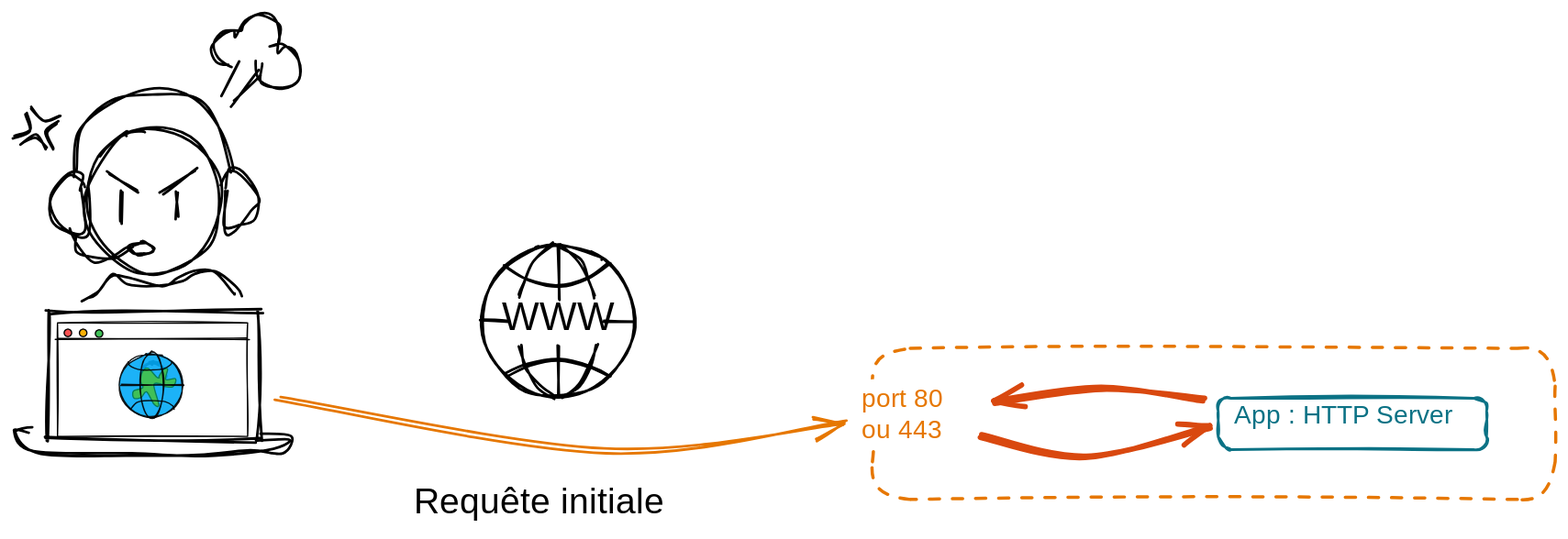
Before: notebooks/media/cookie1.excalidraw.svg, a diagram exported from Excalidraw (ue22-p25/backend). Source tidied: one line per element, renumbered; positions are measured from the earlier drawing's top-left corner, leaving out a move shared by most shapes. The source it was exported from:
```json
{"id": 0, "type": "rectangle", "strokeColor": "#0b7285", "strokeWidth": 2, "roughness": 2, "round": true, "x": 939, "y": 298, "width": 209, "height": 40}
{"id": 1, "type": "text", "text": "App : HTTP Server", "strokeColor": "#0b7285", "strokeWidth": 2, "roughness": 2, "fontSize": 20, "fontFamily": 1, "x": 951, "y": 300, "width": 186, "height": 24}
{"id": 2, "type": "ellipse", "strokeColor": "#000", "strokeWidth": 2, "roughness": 2, "round": true, "x": 55, "y": 88, "width": 108, "height": 112}
{"id": 3, "type": "line", "strokeColor": "#000", "strokeWidth": 2, "roughness": 2, "round": true, "x": 55, "y": 136, "width": 25, "height": 44, "points": [[0, 0], [0, -13], [-14, -11], [-25, 5], [-22, 22], [-10, 30], [0, 31], [0, 0]]}
{"id": 4, "type": "line", "strokeColor": "#000", "strokeWidth": 2, "roughness": 2, "round": true, "x": 167, "y": 134, "width": 24, "height": 44, "points": [[0, 0], [0, -13], [14, -11], [24, 5], [22, 22], [10, 30], [0, 31], [0, 0]]}
{"id": 5, "type": "line", "strokeColor": "#000", "strokeWidth": 2, "roughness": 2, "round": true, "x": 47, "y": 123, "width": 122, "height": 64, "points": [[0, 0], [7, -33], [29, -58], [61, -64], [94, -58], [114, -37], [122, -3]]}
{"id": 6, "type": "line", "strokeColor": "#000", "strokeWidth": 2, "roughness": 2, "round": true, "x": 45, "y": 167, "width": 46, "height": 23, "points": [[0, 0], [6, 13], [17, 23], [32, 22], [46, 15]]}
{"id": 7, "type": "ellipse", "strokeColor": "#000", "strokeWidth": 2, "roughness": 2, "round": true, "x": 90, "y": 176, "width": 20, "height": 9}
{"id": 8, "type": "rectangle", "strokeColor": "#000", "strokeWidth": 2, "roughness": 2, "x": 27, "y": 230, "width": 165, "height": 99}
{"id": 9, "type": "ellipse", "strokeColor": "#000", "strokeWidth": 2, "roughness": 2, "x": 102, "y": 270, "width": 16, "height": 16}
{"id": 10, "type": "line", "strokeColor": "#000", "strokeWidth": 2, "roughness": 2, "round": true, "x": 74, "y": 122, "width": 23, "height": 15, "points": [[0, 0], [23, 15]]}
{"id": 11, "type": "line", "strokeColor": "#000", "strokeWidth": 2, "roughness": 2, "round": true, "x": 116, "y": 137, "width": 27, "height": 16, "points": [[0, 0], [27, -16]]}
{"id": 12, "type": "line", "strokeColor": "#000", "strokeWidth": 2, "roughness": 2, "round": true, "x": 1, "y": 94, "width": 12, "height": 18, "points": [[0, 0], [12, -6], [11, -18]]}
{"id": 13, "type": "line", "strokeColor": "#000", "angle": 4.38, "strokeWidth": 2, "roughness": 2, "round": true, "x": 11, "y": 110, "width": 12, "height": 18, "points": [[0, 0], [12, -6], [11, -18]]}
{"id": 14, "type": "line", "strokeColor": "#000", "angle": 2.77, "strokeWidth": 2, "roughness": 2, "round": true, "x": 27, "y": 101, "width": 12, "height": 18, "points": [[0, 0], [12, -6], [11, -18]]}
{"id": 15, "type": "line", "strokeColor": "#000", "angle": 1.31, "strokeWidth": 2, "roughness": 2, "round": true, "x": 20, "y": 84, "width": 12, "height": 18, "points": [[0, 0], [12, -6], [11, -18]]}
{"id": 16, "type": "line", "strokeColor": "#000", "strokeWidth": 2, "roughness": 2, "round": true, "x": 163, "y": 61, "width": 12, "height": 25, "points": [[0, 0], [12, -25]]}
{"id": 17, "type": "line", "strokeColor": "#000", "strokeWidth": 2, "roughness": 2, "round": true, "x": 171, "y": 68, "width": 21, "height": 23, "points": [[0, 0], [21, -23]]}
{"id": 18, "type": "line", "strokeColor": "#000", "strokeWidth": 2, "roughness": 2, "round": true, "x": 169, "y": 38, "width": 64, "height": 56, "points": [[0, 0], [-10, -5], [-12, -18], [-2, -27], [7, -26], [9, -25], [13, -34], [24, -38], [37, -32], [40, -19], [35, -11], [41, -13], [50, -7], [53, 8], [42, 18], [25, 12], [22, -4]]}
{"id": 19, "type": "line", "strokeColor": "#000", "strokeWidth": 2, "roughness": 2, "round": true, "x": 85, "y": 137, "width": 0, "height": 24, "points": [[0, 0], [0, 24]]}
{"id": 20, "type": "line", "strokeColor": "#000", "strokeWidth": 2, "roughness": 2, "round": true, "x": 129, "y": 137, "width": 1, "height": 21, "points": [[0, 0], [-1, 21]]}
{"id": 21, "type": "line", "strokeColor": "#000", "strokeWidth": 2, "roughness": 2, "round": true, "x": 56, "y": 221, "width": 120, "height": 25, "points": [[0, 0], [11, -6], [21, -19], [35, -14], [58, -10], [74, -15], [88, -22], [99, -25], [116, -9], [120, -1]]}
{"id": 22, "type": "line", "strokeColor": "#000", "strokeWidth": 2, "roughness": 2, "round": true, "x": 193, "y": 327, "width": 216, "height": 20, "points": [[0, 0], [23, 2], [19, 13], [-6, 13], [-51, 15], [-101, 14], [-174, 12], [-193, 0], [-180, -5]]}
{"id": 23, "type": "rectangle", "strokeColor": "#000000", "strokeWidth": 1, "roughness": 1, "x": 35, "y": 239, "width": 148, "height": 89}
{"id": 24, "type": "line", "strokeColor": "#000000", "strokeWidth": 1, "roughness": 1, "round": true, "x": 34, "y": 251, "width": 149, "height": 0, "points": [[0, 0], [149, 0]]}
{"id": 25, "type": "ellipse", "strokeColor": "#000000", "backgroundColor": "#fa5252", "fillStyle": "solid", "strokeWidth": 1, "roughness": 0, "x": 40, "y": 244, "width": 6, "height": 6}
{"id": 26, "type": "ellipse", "strokeColor": "#000000", "backgroundColor": "#fab005", "fillStyle": "solid", "strokeWidth": 1, "roughness": 0, "x": 52, "y": 244, "width": 6, "height": 6}
{"id": 27, "type": "ellipse", "strokeColor": "#000000", "backgroundColor": "#40c057", "fillStyle": "solid", "strokeWidth": 1, "roughness": 0, "x": 65, "y": 244, "width": 6, "height": 6}
{"id": 28, "type": "ellipse", "strokeColor": "#000000", "backgroundColor": "#04aaf7", "fillStyle": "solid", "strokeWidth": 1, "roughness": 1, "opacity": 90, "x": 83, "y": 263, "width": 49, "height": 49}
{"id": 29, "type": "line", "strokeColor": "#087f5b", "backgroundColor": "#40c057", "fillStyle": "solid", "strokeWidth": 1, "roughness": 0, "round": true, "x": 115, "y": 282, "width": 33, "height": 28, "points": [[0, 0], [-2, 0], [-9, -7], [-13, -5], [-15, 3], [-13, 8], [-20, 10], [-20, 16], [-14, 15], [-10, 11], [-4, 21], [0, 21], [-4, 6], [2, 5], [4, 7], [11, 7], [13, 1], [5, 1], [6, -7], [3, -6], [0, -1], [0, 0]]}
{"id": 30, "type": "line", "strokeColor": "#000000", "backgroundColor": "#99bcff", "fillStyle": "solid", "strokeWidth": 1, "roughness": 1, "opacity": 90, "round": true, "x": 84, "y": 287, "width": 49, "height": 0, "points": [[0, 0], [49, 0]]}
{"id": 31, "type": "line", "strokeColor": "#000000", "backgroundColor": "#99bcff", "fillStyle": "solid", "strokeWidth": 1, "roughness": 0, "opacity": 90, "round": true, "x": 90, "y": 269, "width": 34, "height": 7, "points": [[0, 0], [1, 3], [5, 5], [10, 6], [18, 6], [27, 5], [33, 2], [34, 0]]}
{"id": 32, "type": "ellipse", "strokeColor": "#000000", "strokeWidth": 1, "roughness": 1, "opacity": 90, "x": 100, "y": 261, "width": 18, "height": 52}
{"id": 33, "type": "line", "strokeColor": "#000000", "backgroundColor": "#99bcff", "fillStyle": "solid", "strokeWidth": 1, "roughness": 0, "opacity": 90, "round": true, "x": 92, "y": 306, "width": 34, "height": 7, "points": [[0, 0], [5, -5], [10, -6], [18, -7], [27, -6], [33, -2], [34, 0]]}
{"id": 34, "type": "arrow", "strokeColor": "#e67700", "strokeWidth": 2, "roughness": 2, "endArrowhead": "arrow", "round": true, "from": 32, "to": 49, "x": 205, "y": 298, "width": 444, "height": 40, "points": [[0, 0], [255, 40], [444, 18]]}
{"id": 35, "type": "rectangle", "strokeColor": "#e67700", "strokeWidth": 2, "strokeStyle": "dashed", "roughness": 2, "round": true, "x": 670, "y": 259, "width": 532, "height": 118}
{"id": 36, "type": "ellipse", "strokeColor": "#000000", "strokeWidth": 2, "roughness": 1, "x": 365, "y": 178, "width": 119, "height": 119}
{"id": 37, "type": "line", "strokeColor": "#000000", "strokeWidth": 2, "roughness": 1, "round": true, "x": 383, "y": 195, "width": 81, "height": 18, "points": [[0, 0], [18, 10], [42, 15], [66, 9], [81, -3]]}
{"id": 38, "type": "line", "strokeColor": "#000000", "strokeWidth": 2, "roughness": 1, "round": true, "x": 384, "y": 279, "width": 81, "height": 14, "points": [[0, 0], [18, -8], [42, -12], [66, -7], [81, 2]]}
{"id": 39, "type": "text", "text": "WWW", "strokeColor": "#000000", "strokeWidth": 2, "roughness": 1, "fontSize": 30.63, "fontFamily": 1, "textAlign": "center", "verticalAlign": "middle", "x": 391, "y": 219, "width": 69, "height": 36}
{"id": 40, "type": "line", "strokeColor": "#000000", "strokeWidth": 2, "roughness": 1, "round": true, "x": 422, "y": 178, "width": 26, "height": 41, "points": [[0, 0], [-16, 12], [-24, 29], [-26, 41]]}
{"id": 41, "type": "line", "strokeColor": "#000000", "strokeWidth": 2, "roughness": 1, "round": true, "x": 395, "y": 257, "width": 28, "height": 40, "points": [[0, 0], [5, 16], [15, 31], [28, 40]]}
{"id": 42, "type": "line", "strokeColor": "#000000", "strokeWidth": 2, "roughness": 1, "round": true, "x": 426, "y": 178, "width": 26, "height": 40, "points": [[0, 0], [16, 12], [24, 29], [26, 40]]}
{"id": 43, "type": "line", "strokeColor": "#000000", "strokeWidth": 2, "roughness": 1, "round": true, "x": 456, "y": 255, "width": 26, "height": 41, "points": [[0, 0], [-5, 16], [-14, 32], [-26, 41]]}
{"id": 44, "type": "line", "strokeColor": "#000000", "strokeWidth": 2, "roughness": 1, "round": true, "x": 425, "y": 178, "width": 1, "height": 43, "points": [[0, 0], [1, 43]]}
{"id": 45, "type": "line", "strokeColor": "#000000", "strokeWidth": 2, "roughness": 1, "round": true, "x": 425, "y": 297, "width": 0, "height": 40, "points": [[0, 0], [0, -40]]}
{"id": 46, "type": "line", "strokeColor": "#000000", "strokeWidth": 2, "roughness": 1, "round": true, "x": 365, "y": 237, "width": 22, "height": 1, "points": [[0, 0], [22, 1]]}
{"id": 47, "type": "line", "strokeColor": "#000000", "strokeWidth": 2, "roughness": 1, "round": true, "x": 484, "y": 238, "width": 24, "height": 0, "points": [[0, 0], [-24, 0]]}
{"id": 48, "type": "rectangle", "strokeColor": "#fff", "backgroundColor": "#ffffff", "fillStyle": "solid", "strokeWidth": 2, "strokeStyle": "dashed", "roughness": 2, "round": true, "x": 654, "y": 284, "width": 94, "height": 47}
{"id": 49, "type": "text", "text": "port 80 \nou 443", "strokeColor": "#e67700", "strokeWidth": 2, "strokeStyle": "dashed", "roughness": 2, "fontSize": 20, "fontFamily": 3, "x": 661, "y": 285, "width": 94, "height": 48}
{"id": 50, "type": "arrow", "strokeColor": "#d9480f", "angle": 6.27, "backgroundColor": "#ffffff", "fillStyle": "solid", "strokeWidth": 4, "roughness": 1, "endArrowhead": "arrow", "round": true, "from": 49, "to": 35, "x": 754, "y": 326, "width": 179, "height": 22, "points": [[0, 0], [82, 18], [179, -4]]}
{"id": 51, "type": "arrow", "strokeColor": "#d9480f", "backgroundColor": "#ffffff", "fillStyle": "solid", "strokeWidth": 4, "roughness": 1, "endArrowhead": "arrow", "round": true, "from": 35, "to": 49, "x": 929, "y": 298, "width": 164, "height": 11, "points": [[0, 0], [-81, -8], [-164, 3]]}
{"id": 52, "type": "text", "text": "Requête initiale", "strokeColor": "#000000", "backgroundColor": "#ffffff", "fillStyle": "solid", "strokeWidth": 4, "roughness": 2, "fontSize": 28, "fontFamily": 1, "x": 313, "y": 364, "width": 218, "height": 34}
```
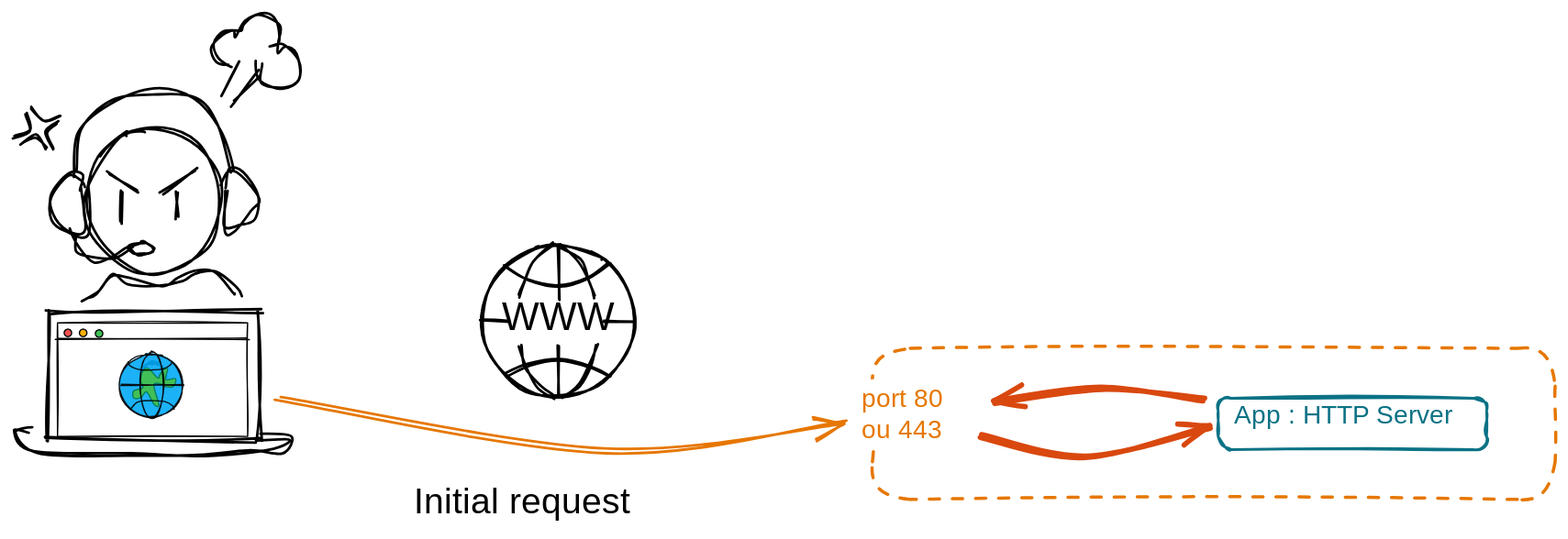
The same diagram one commit later.

The edit, as a diff of the source:
```diff
@@ -50,4 +50,4 @@
 {"id": 49, "type": "text", "text": "port 80 \nou 443", "strokeColor": "#e67700", "strokeWidth": 2, "strokeStyle": "dashed", "roughness": 2, "fontSize": 20, "fontFamily": 3, "x": 661, "y": 285, "width": 94, "height": 48}
 {"id": 50, "type": "arrow", "strokeColor": "#d9480f", "angle": 6.27, "backgroundColor": "#ffffff", "fillStyle": "solid", "strokeWidth": 4, "roughness": 1, "endArrowhead": "arrow", "round": true, "from": 49, "to": 35, "x": 754, "y": 326, "width": 179, "height": 22, "points": [[0, 0], [82, 18], [179, -4]]}
 {"id": 51, "type": "arrow", "strokeColor": "#d9480f", "backgroundColor": "#ffffff", "fillStyle": "solid", "strokeWidth": 4, "roughness": 1, "endArrowhead": "arrow", "round": true, "from": 35, "to": 49, "x": 929, "y": 298, "width": 164, "height": 11, "points": [[0, 0], [-81, -8], [-164, 3]]}
-{"id": 52, "type": "text", "text": "Requête initiale", "strokeColor": "#000000", "backgroundColor": "#ffffff", "fillStyle": "solid", "strokeWidth": 4, "roughness": 2, "fontSize": 28, "fontFamily": 1, "x": 313, "y": 364, "width": 218, "height": 34}
+{"id": 52, "type": "text", "text": "Initial request", "strokeColor": "#000000", "backgroundColor": "#ffffff", "fillStyle": "solid", "strokeWidth": 4, "roughness": 2, "fontSize": 28, "fontFamily": 1, "x": 313, "y": 364, "width": 201, "height": 34}
```
